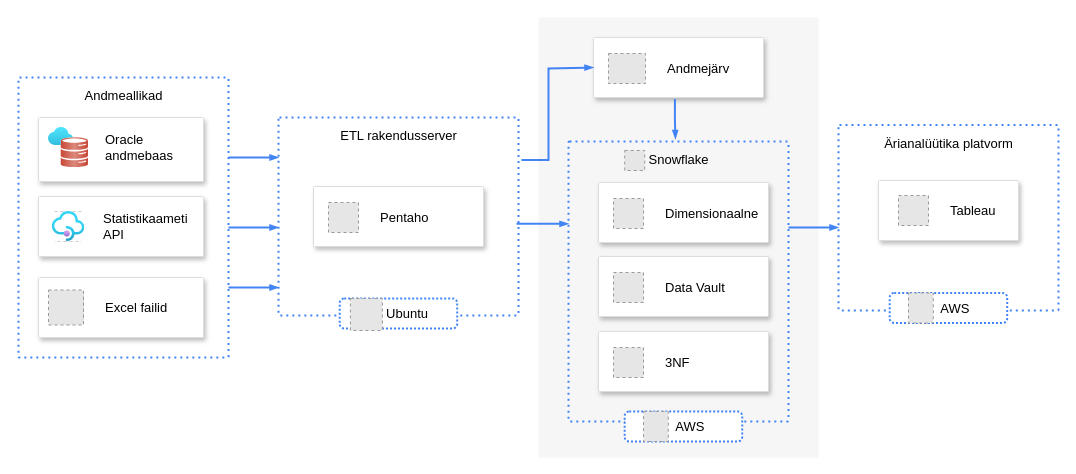
Before: Untitled Diagram.drawio in j-vinnal/j-vinnal, a draw.io diagram. Source tidied: cells renumbered, new cells numbered last; positions are measured from the earlier drawing's top-left corner, leaving out a move shared by most shapes. Both pictures are drawn from the tidied source at 100%, with x=0, y=0 at pixel (18, 17). Pictures stored in the file or linked from it are replaced by grey dashed boxes.
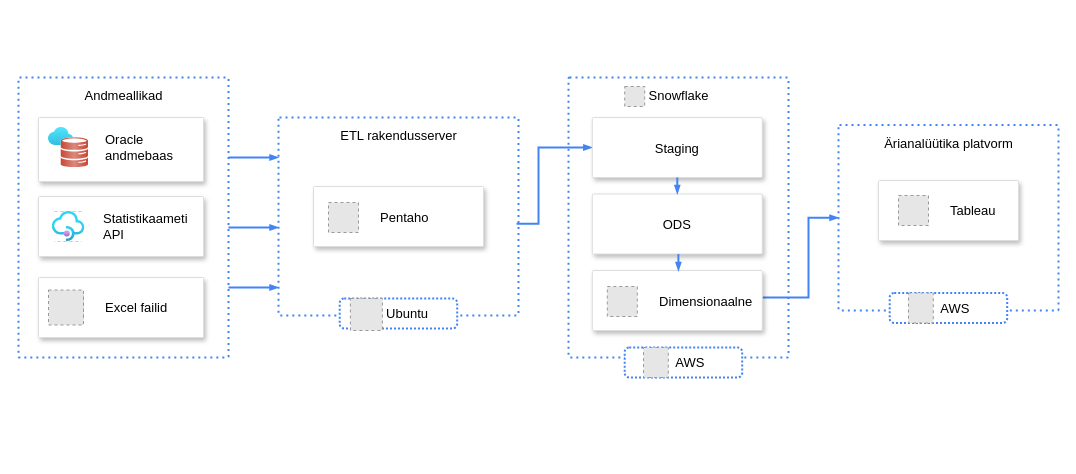
The same page after the edit.

Unchanged cells that the change refers to:
```xml
<mxCell id="8" value="&lt;span&gt;Ärianalüütika platvorm&lt;/span&gt;" style="rounded=1;absoluteArcSize=1;arcSize=2;html=1;strokeColor=#4284F3;gradientColor=none;shadow=0;dashed=1;fontSize=13;fontColor=#000000;align=center;verticalAlign=top;spacing=10;spacingTop=-4;fillColor=none;dashPattern=1 2;strokeWidth=2;" parent="5" vertex="1">
  <mxGeometry width="220" height="185.5" as="geometry" />
</mxCell>
```

What changed in the source:
```diff
@@
-    <mxCell id="2" style="fillColor=#F6F6F6;strokeColor=none;shadow=0;gradientColor=none;fontSize=14;align=left;spacing=10;fontColor=#717171;9E9E9E;verticalAlign=top;spacingTop=-4;fontStyle=0;spacingLeft=40;html=1;whiteSpace=wrap;" parent="1" vertex="1">
-      <mxGeometry x="520" width="280" height="440" as="geometry" />
-    </mxCell>
-    <mxCell id="3" style="strokeColor=#dddddd;shadow=1;strokeWidth=1;rounded=1;absoluteArcSize=1;arcSize=2;fontSize=13;" parent="1" vertex="1">
-      <mxGeometry x="575" y="20" width="170" height="60" as="geometry" />
-    </mxCell>
-    <mxCell id="4" value="&lt;font color=&quot;#000000&quot;&gt;Andmejärv&lt;/font&gt;" style="fillColor=#E6E6E6;strokeColor=#999999;dashed=1;html=1;fontColor=#999999;verticalLabelPosition=middle;verticalAlign=middle;labelPosition=right;align=left;spacingLeft=20;fontSize=13;" parent="3" vertex="1">
-      <mxGeometry width="37" height="30" relative="1" as="geometry">
-        <mxPoint x="15" y="16" as="offset" />
-      </mxGeometry>
-    </mxCell>
@@
-    <mxCell id="28" style="edgeStyle=orthogonalEdgeStyle;rounded=0;html=1;labelBackgroundColor=none;startFill=1;startSize=4;endArrow=blockThin;endFill=1;endSize=4;jettySize=auto;orthogonalLoop=1;strokeColor=#4284F3;strokeWidth=2;fontSize=13;fontColor=#000000;align=center;dashed=0;" parent="1" edge="1">
+    <mxCell id="28" style="edgeStyle=orthogonalEdgeStyle;rounded=0;html=1;labelBackgroundColor=none;startFill=1;startSize=4;endArrow=blockThin;endFill=1;endSize=4;jettySize=auto;strokeColor=#4284F3;strokeWidth=2;fontSize=13;fontColor=#000000;align=center;dashed=0;entryX=0;entryY=0.5;entryDx=0;entryDy=0;" parent="1" edge="1" target="47">
       <mxGeometry relative="1" as="geometry">
         <mxPoint x="498" y="206.3" as="sourcePoint" />
-        <mxPoint x="550" y="206.3" as="targetPoint" />
+        <Array as="points">
+          <mxPoint x="520" y="206" />
+          <mxPoint x="520" y="130" />
+        </Array>
       </mxGeometry>
     </mxCell>
@@
-    <mxCell id="32" style="group;fontSize=13;" parent="1" vertex="1">
-      <mxGeometry x="555" y="124" width="220" height="300" as="geometry" />
-    </mxCell>
+    <mxCell id="45" style="edgeStyle=orthogonalEdgeStyle;rounded=0;html=1;labelBackgroundColor=none;startFill=1;startSize=4;endArrow=blockThin;endFill=1;endSize=4;jettySize=auto;strokeColor=#4284F3;strokeWidth=2;fontSize=13;fontColor=#000000;align=center;dashed=0;entryX=0;entryY=0.5;entryDx=0;entryDy=0;" parent="1" edge="1" target="8">
+      <mxGeometry relative="1" as="geometry">
+        <mxPoint x="740" y="280" as="sourcePoint" />
+        <Array as="points">
+          <mxPoint x="790" y="280" />
+          <mxPoint x="790" y="200" />
+        </Array>
+      </mxGeometry>
+    </mxCell>
+    <mxCell id="46" style="group;" parent="1" vertex="1">
+      <mxGeometry x="550" y="60" width="220" height="300" as="geometry" />
+    </mxCell>
-    <mxCell id="33" value="&lt;font&gt;Snowflake&lt;/font&gt;" style="rounded=1;absoluteArcSize=1;arcSize=2;html=1;strokeColor=#4284F3;gradientColor=none;shadow=0;dashed=1;fontSize=13;fontColor=#000000;align=center;verticalAlign=top;spacing=10;spacingTop=-4;fillColor=none;dashPattern=1 2;strokeWidth=2;" parent="32" vertex="1">
-      <mxGeometry x="-5" width="220" height="280" as="geometry" />
+    <mxCell id="33" value="&lt;font&gt;Snowflake&lt;/font&gt;" style="rounded=1;absoluteArcSize=1;arcSize=2;html=1;strokeColor=#4284F3;gradientColor=none;shadow=0;dashed=1;fontSize=13;fontColor=#000000;align=center;verticalAlign=top;spacing=10;spacingTop=-4;fillColor=none;dashPattern=1 2;strokeWidth=2;" parent="46" vertex="1">
+      <mxGeometry width="220" height="280" as="geometry" />
     </mxCell>
-    <mxCell id="34" style="fillColor=#E6E6E6;strokeColor=#999999;dashed=1;verticalLabelPosition=bottom;labelBackgroundColor=default;verticalAlign=top;fontSize=13;" parent="32" vertex="1">
-      <mxGeometry x="51.2" y="9" width="20" height="20" as="geometry" />
+    <mxCell id="34" style="fillColor=#E6E6E6;strokeColor=#999999;dashed=1;verticalLabelPosition=bottom;labelBackgroundColor=default;verticalAlign=top;fontSize=13;" parent="46" vertex="1">
+      <mxGeometry x="56.2" y="9" width="20" height="20" as="geometry" />
     </mxCell>
+    <mxCell id="37" value="ODS" style="strokeColor=#dddddd;shadow=1;strokeWidth=1;rounded=1;absoluteArcSize=1;arcSize=2;fontSize=13;" parent="46" vertex="1">
+      <mxGeometry x="23.8" y="116.5" width="170" height="60" as="geometry" />
+    </mxCell>
+    <mxCell id="41" value="&amp;nbsp; &amp;nbsp; AWS" style="text;strokeColor=light-dark(#4284f3, #ededed);align=center;fillColor=default;html=1;verticalAlign=middle;whiteSpace=wrap;rounded=1;fontStyle=0;fontSize=13;dashed=1;strokeWidth=2;dashPattern=1 1;" parent="46" vertex="1">
+      <mxGeometry x="56.2" y="270" width="117.5" height="30" as="geometry" />
+    </mxCell>
+    <mxCell id="42" style="fillColor=#E6E6E6;strokeColor=#999999;dashed=1;verticalLabelPosition=bottom;labelBackgroundColor=default;verticalAlign=top;fontSize=13;" parent="46" vertex="1">
+      <mxGeometry x="75" y="270" width="24.8" height="30" as="geometry" />
+    </mxCell>
-    <mxCell id="35" style="strokeColor=#dddddd;shadow=1;strokeWidth=1;rounded=1;absoluteArcSize=1;arcSize=2;fontSize=13;" parent="32" vertex="1">
-      <mxGeometry x="25" y="41" width="170" height="60" as="geometry" />
+    <mxCell id="35" style="strokeColor=#dddddd;shadow=1;strokeWidth=1;rounded=1;absoluteArcSize=1;arcSize=2;fontSize=13;" parent="46" vertex="1">
+      <mxGeometry x="23.8" y="193" width="170" height="60" as="geometry" />
     </mxCell>
@@
-    <mxCell id="37" style="strokeColor=#dddddd;shadow=1;strokeWidth=1;rounded=1;absoluteArcSize=1;arcSize=2;fontSize=13;" parent="32" vertex="1">
-      <mxGeometry x="25" y="115" width="170" height="60" as="geometry" />
-    </mxCell>
-    <mxCell id="38" value="&lt;font color=&quot;#000000&quot;&gt;Data Vault&lt;/font&gt;" style="fillColor=#E6E6E6;strokeColor=#999999;dashed=1;html=1;fontColor=#999999;verticalLabelPosition=middle;verticalAlign=middle;labelPosition=right;align=left;spacingLeft=20;fontSize=13;" parent="37" vertex="1">
-      <mxGeometry width="30" height="30" relative="1" as="geometry">
-        <mxPoint x="15" y="16" as="offset" />
-      </mxGeometry>
-    </mxCell>
-    <mxCell id="39" style="strokeColor=#dddddd;shadow=1;strokeWidth=1;rounded=1;absoluteArcSize=1;arcSize=2;fontSize=13;" parent="32" vertex="1">
-      <mxGeometry x="25" y="190" width="170" height="60" as="geometry" />
-    </mxCell>
-    <mxCell id="40" value="&lt;font color=&quot;#000000&quot;&gt;3NF&lt;/font&gt;" style="fillColor=#E6E6E6;strokeColor=#999999;dashed=1;html=1;fontColor=#999999;verticalLabelPosition=middle;verticalAlign=middle;labelPosition=right;align=left;spacingLeft=20;fontSize=13;" parent="39" vertex="1">
-      <mxGeometry width="30" height="30" relative="1" as="geometry">
-        <mxPoint x="15" y="16" as="offset" />
-      </mxGeometry>
-    </mxCell>
-    <mxCell id="41" value="&amp;nbsp; &amp;nbsp; AWS" style="text;strokeColor=light-dark(#4284f3, #ededed);align=center;fillColor=default;html=1;verticalAlign=middle;whiteSpace=wrap;rounded=1;fontStyle=0;fontSize=13;dashed=1;strokeWidth=2;dashPattern=1 1;" parent="32" vertex="1">
-      <mxGeometry x="51.2" y="270" width="117.5" height="30" as="geometry" />
-    </mxCell>
-    <mxCell id="42" style="fillColor=#E6E6E6;strokeColor=#999999;dashed=1;verticalLabelPosition=bottom;labelBackgroundColor=default;verticalAlign=top;fontSize=13;" parent="32" vertex="1">
-      <mxGeometry x="70" y="270" width="24.8" height="30" as="geometry" />
-    </mxCell>
-    <mxCell id="43" style="edgeStyle=orthogonalEdgeStyle;rounded=0;html=1;labelBackgroundColor=none;startFill=1;startSize=4;endArrow=blockThin;endFill=1;endSize=4;jettySize=auto;strokeColor=#4284F3;strokeWidth=2;fontSize=13;fontColor=#000000;align=center;dashed=0;entryX=0;entryY=0.5;entryDx=0;entryDy=0;" parent="32" edge="1" target="3">
-      <mxGeometry relative="1" as="geometry">
-        <mxPoint x="-52" y="18.6" as="sourcePoint" />
-        <Array as="points">
-          <mxPoint x="-25" y="19" />
-          <mxPoint x="-25" y="-73" />
-          <mxPoint x="20" y="-73" />
-        </Array>
-      </mxGeometry>
-    </mxCell>
-    <mxCell id="44" style="edgeStyle=orthogonalEdgeStyle;rounded=0;html=1;labelBackgroundColor=none;startFill=1;startSize=4;endArrow=blockThin;endFill=1;endSize=4;jettySize=auto;strokeColor=#4284F3;strokeWidth=2;fontSize=13;fontColor=#000000;align=center;dashed=0;exitX=0.479;exitY=1.025;exitDx=0;exitDy=0;exitPerimeter=0;entryX=0.486;entryY=-0.009;entryDx=0;entryDy=0;entryPerimeter=0;" parent="1" edge="1" source="3" target="33">
-      <mxGeometry relative="1" as="geometry" />
-    </mxCell>
-    <mxCell id="45" style="edgeStyle=orthogonalEdgeStyle;rounded=0;html=1;labelBackgroundColor=none;startFill=1;startSize=4;endArrow=blockThin;endFill=1;endSize=4;jettySize=auto;orthogonalLoop=1;strokeColor=#4284F3;strokeWidth=2;fontSize=13;fontColor=#000000;align=center;dashed=0;" parent="1" edge="1">
-      <mxGeometry relative="1" as="geometry">
-        <mxPoint x="770" y="210" as="sourcePoint" />
-        <mxPoint x="820" y="210" as="targetPoint" />
-      </mxGeometry>
-    </mxCell>
+    <mxCell id="47" value="Staging" style="strokeColor=#dddddd;shadow=1;strokeWidth=1;rounded=1;absoluteArcSize=1;arcSize=2;fontSize=13;" parent="46" vertex="1">
+      <mxGeometry x="23.8" y="40" width="170" height="60" as="geometry" />
+    </mxCell>
+    <mxCell id="48" style="edgeStyle=orthogonalEdgeStyle;rounded=0;html=1;labelBackgroundColor=none;startFill=1;startSize=4;endArrow=blockThin;endFill=1;endSize=4;jettySize=auto;strokeColor=#4284F3;strokeWidth=2;fontSize=13;fontColor=#000000;align=center;dashed=0;exitX=0.5;exitY=1;exitDx=0;exitDy=0;entryX=0.5;entryY=0;entryDx=0;entryDy=0;" parent="46" edge="1" source="47" target="37">
+      <mxGeometry relative="1" as="geometry" />
+    </mxCell>
+    <mxCell id="49" style="edgeStyle=orthogonalEdgeStyle;rounded=0;html=1;labelBackgroundColor=none;startFill=1;startSize=4;endArrow=blockThin;endFill=1;endSize=4;jettySize=auto;orthogonalLoop=1;strokeColor=#4284F3;strokeWidth=2;fontSize=13;fontColor=#000000;align=center;dashed=0;exitX=0.5;exitY=1;exitDx=0;exitDy=0;entryX=0.5;entryY=0;entryDx=0;entryDy=0;" parent="46" edge="1">
+      <mxGeometry relative="1" as="geometry">
+        <mxPoint x="109.9" y="176.5" as="sourcePoint" />
+        <mxPoint x="109.9" y="193.5" as="targetPoint" />
+      </mxGeometry>
+    </mxCell>
```
